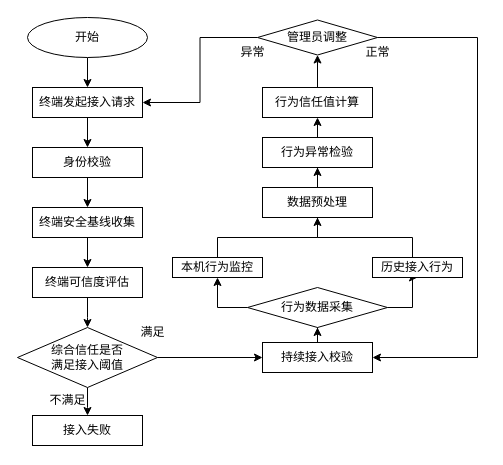
Earlier version of the draw.io diagram testDirectory/系统工作流程.drawio (Moose1273/-). Source tidied: cells renumbered, new cells numbered last; positions are measured from the earlier drawing's top-left corner, leaving out a move shared by most shapes. Both pictures are drawn from the tidied source at 100%, with x=0, y=0 at pixel (17, 17).
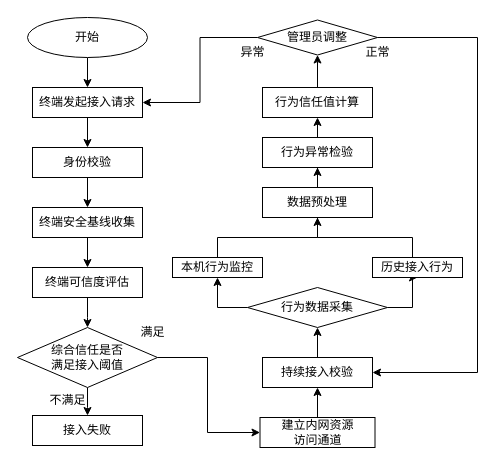
The same page after the edit.

Commit message (it also covers changes not shown here):
更新系统工作流程.drawio

The change refers to these unchanged cells:
```xml
<mxCell id="14" value="综合信任是否&lt;br&gt;满足接入阈值" style="rhombus;whiteSpace=wrap;html=1;" parent="1" vertex="1">
  <mxGeometry y="310" width="140" height="60" as="geometry" />
</mxCell>
<mxCell id="35" value="管理员调整" style="rhombus;whiteSpace=wrap;html=1;rounded=0;" parent="1" vertex="1">
  <mxGeometry x="240" y="2.5" width="120" height="35" as="geometry" />
</mxCell>
```

Change to the diagram source:
```diff
@@
-    <mxCell id="13" style="edgeStyle=orthogonalEdgeStyle;rounded=0;jettySize=auto;html=1;" parent="1" edge="1" source="14" target="18">
-      <mxGeometry relative="1" as="geometry" />
-    </mxCell>
@@
     <mxCell id="18" value="持续接入校验" style="rounded=0;whiteSpace=wrap;html=1;" parent="1" vertex="1">
-      <mxGeometry x="245" y="325" width="110" height="30" as="geometry" />
+      <mxGeometry x="245" y="340" width="110" height="30" as="geometry" />
     </mxCell>
@@
     <mxCell id="34" style="edgeStyle=orthogonalEdgeStyle;rounded=0;jettySize=auto;html=1;entryX=1;entryY=0.5;entryDx=0;entryDy=0;" parent="1" edge="1" source="35" target="18">
       <mxGeometry relative="1" as="geometry">
         <Array as="points">
           <mxPoint x="460" y="20" />
-          <mxPoint x="460" y="340" />
+          <mxPoint x="460" y="355" />
         </Array>
       </mxGeometry>
     </mxCell>
@@
+    <mxCell id="38" style="edgeStyle=orthogonalEdgeStyle;rounded=0;jettySize=auto;html=1;" parent="1" edge="1" source="39" target="18">
+      <mxGeometry relative="1" as="geometry" />
+    </mxCell>
+    <mxCell id="39" value="建立内网资源&lt;br&gt;访问通道" style="rounded=0;whiteSpace=wrap;html=1;" parent="1" vertex="1">
+      <mxGeometry x="242.5" y="400" width="115" height="30" as="geometry" />
+    </mxCell>
+    <mxCell id="40" style="endArrow=classic;html=1;rounded=0;exitX=1;exitY=0.5;exitDx=0;exitDy=0;entryX=0;entryY=0.5;entryDx=0;entryDy=0;" parent="1" edge="1" source="14" target="39">
+      <mxGeometry relative="1" as="geometry">
+        <Array as="points">
+          <mxPoint x="190" y="340" />
+          <mxPoint x="190" y="415" />
+        </Array>
+      </mxGeometry>
+    </mxCell>
```
